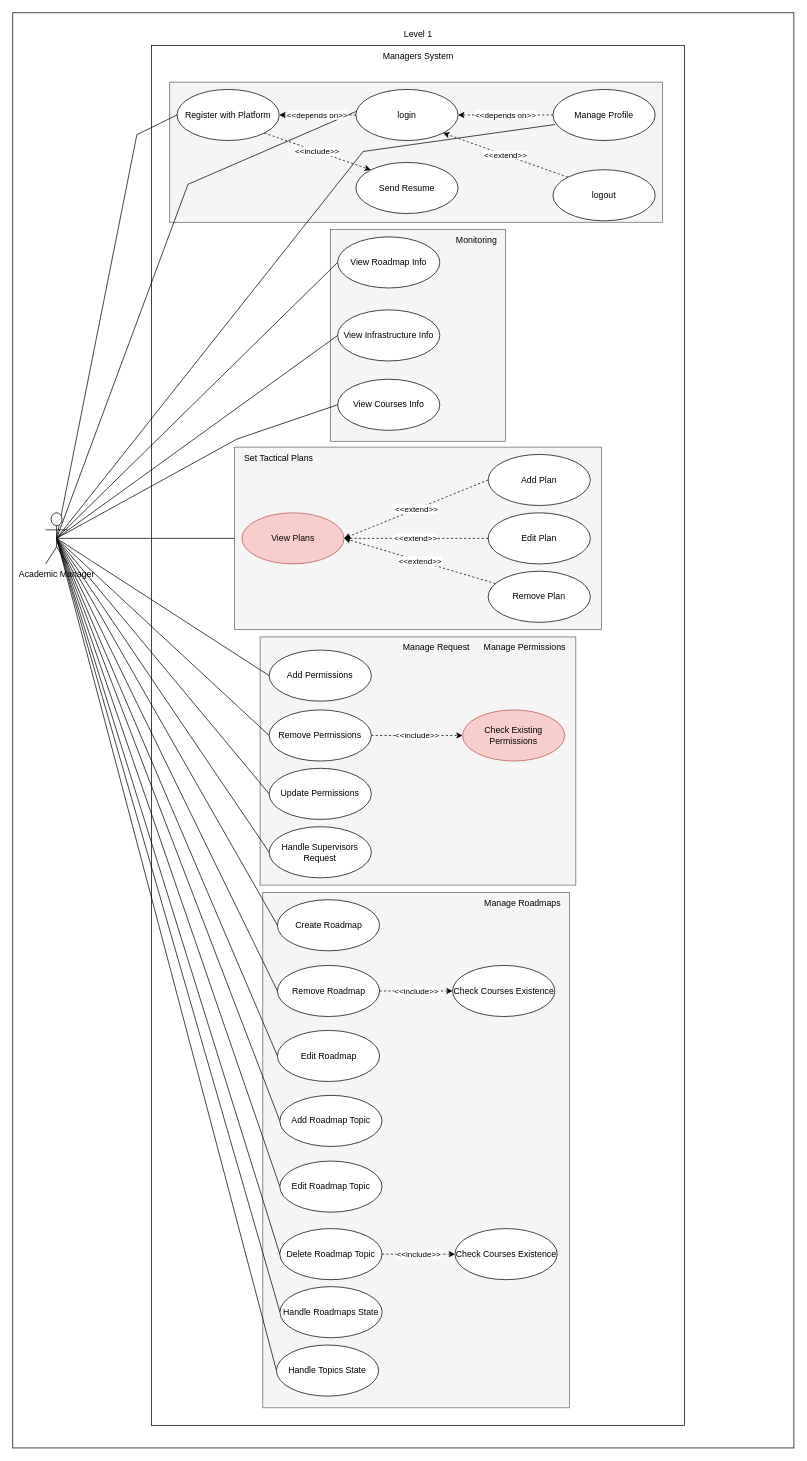
Earlier version of the draw.io diagram ManagersSystem.drawio (YAMANX8/UML). Source tidied: cells renumbered, new cells numbered last; positions are measured from the earlier drawing's top-left corner, leaving out a move shared by most shapes. Both pictures are drawn from the tidied source at 73%, with x=0, y=0 at pixel (12, 12).
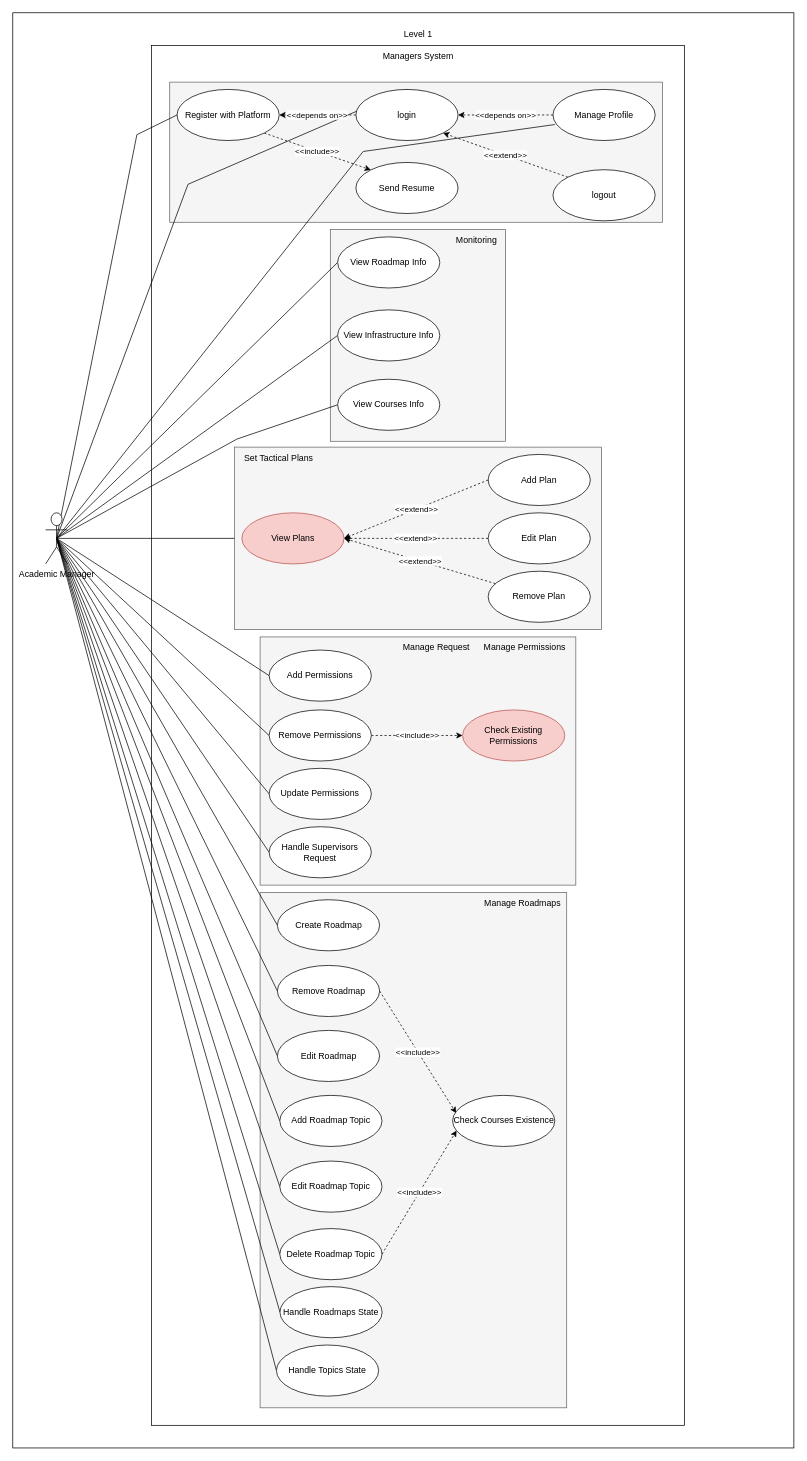
Above is the later version.

The change refers to these unchanged cells:
```xml
<mxCell id="50" value="Remove Roadmap" style="ellipse;whiteSpace=wrap;html=1;" parent="1" vertex="1">
  <mxGeometry x="362.5" y="1305" width="140" height="70" as="geometry" />
</mxCell>
<mxCell id="54" value="Delete Roadmap Topic" style="ellipse;whiteSpace=wrap;html=1;" parent="1" vertex="1">
  <mxGeometry x="365.8" y="1665.5" width="140" height="70" as="geometry" />
</mxCell>
```

What changed in the source:
```diff
@@
     <mxCell id="7" style="rounded=0;whiteSpace=wrap;html=1;fillColor=#f5f5f5;strokeColor=#666666;fontColor=#333333;" parent="1" vertex="1">
-      <mxGeometry x="342.5" y="1205" width="420" height="706" as="geometry" />
+      <mxGeometry x="338.8" y="1205" width="420" height="706" as="geometry" />
     </mxCell>
@@
-    <mxCell id="49" value="&amp;lt;&amp;lt;include&amp;gt;&amp;gt;" style="rounded=0;jettySize=auto;html=1;exitX=1;exitY=0.5;exitDx=0;exitDy=0;entryX=0;entryY=0.5;entryDx=0;entryDy=0;dashed=1;" parent="1" edge="1" source="50" target="51">
+    <mxCell id="49" value="&amp;lt;&amp;lt;include&amp;gt;&amp;gt;" style="rounded=0;jettySize=auto;html=1;exitX=1;exitY=0.5;exitDx=0;exitDy=0;entryX=0.035;entryY=0.348;entryDx=0;entryDy=0;entryPerimeter=0;dashed=1;" parent="1" edge="1" source="50" target="56">
       <mxGeometry relative="1" as="geometry" />
     </mxCell>
@@
-    <mxCell id="51" value="Check Courses Existence" style="ellipse;whiteSpace=wrap;html=1;" parent="1" vertex="1">
-      <mxGeometry x="602.5" y="1305" width="140" height="70" as="geometry" />
-    </mxCell>
@@
-    <mxCell id="53" value="&amp;lt;&amp;lt;include&amp;gt;&amp;gt;" style="rounded=0;jettySize=auto;html=1;exitX=1;exitY=0.5;exitDx=0;exitDy=0;entryX=0;entryY=0.5;entryDx=0;entryDy=0;dashed=1;" parent="1" edge="1" source="54" target="56">
+    <mxCell id="53" value="&amp;lt;&amp;lt;include&amp;gt;&amp;gt;" style="rounded=0;jettySize=auto;html=1;exitX=1;exitY=0.5;exitDx=0;exitDy=0;entryX=0.039;entryY=0.688;entryDx=0;entryDy=0;dashed=1;entryPerimeter=0;" parent="1" edge="1" source="54" target="56">
       <mxGeometry relative="1" as="geometry" />
     </mxCell>
@@
     <mxCell id="56" value="Check Courses Existence" style="ellipse;whiteSpace=wrap;html=1;" parent="1" vertex="1">
-      <mxGeometry x="605.8" y="1665.5" width="140" height="70" as="geometry" />
+      <mxGeometry x="602.5" y="1483" width="140" height="70" as="geometry" />
     </mxCell>
```
